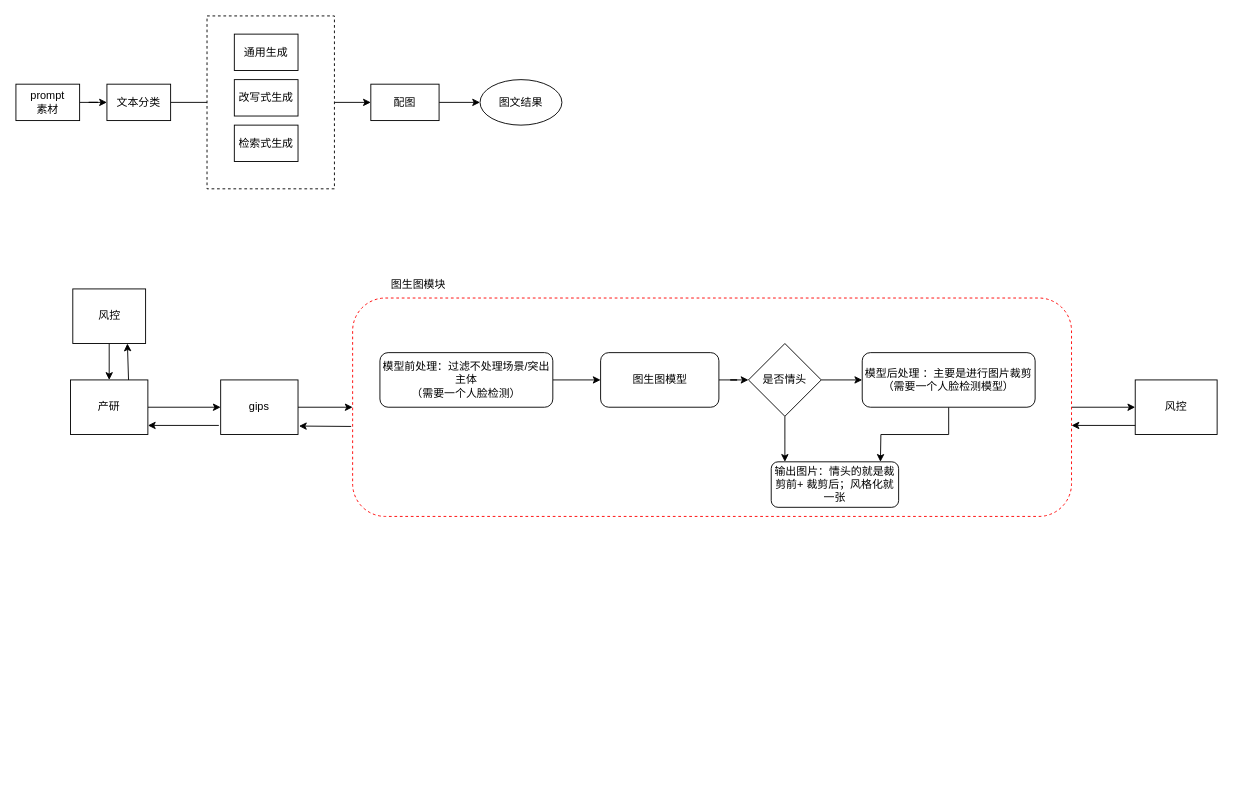
The draw.io diagram 图文生产.drawio in 2018liuyan/one, before the edit. Source tidied: cells renumbered, new cells numbered last; positions are measured from the earlier drawing's top-left corner, leaving out a move shared by most shapes. Both pictures are drawn from the tidied source at 91%, with x=0, y=0 at pixel (15, 15).
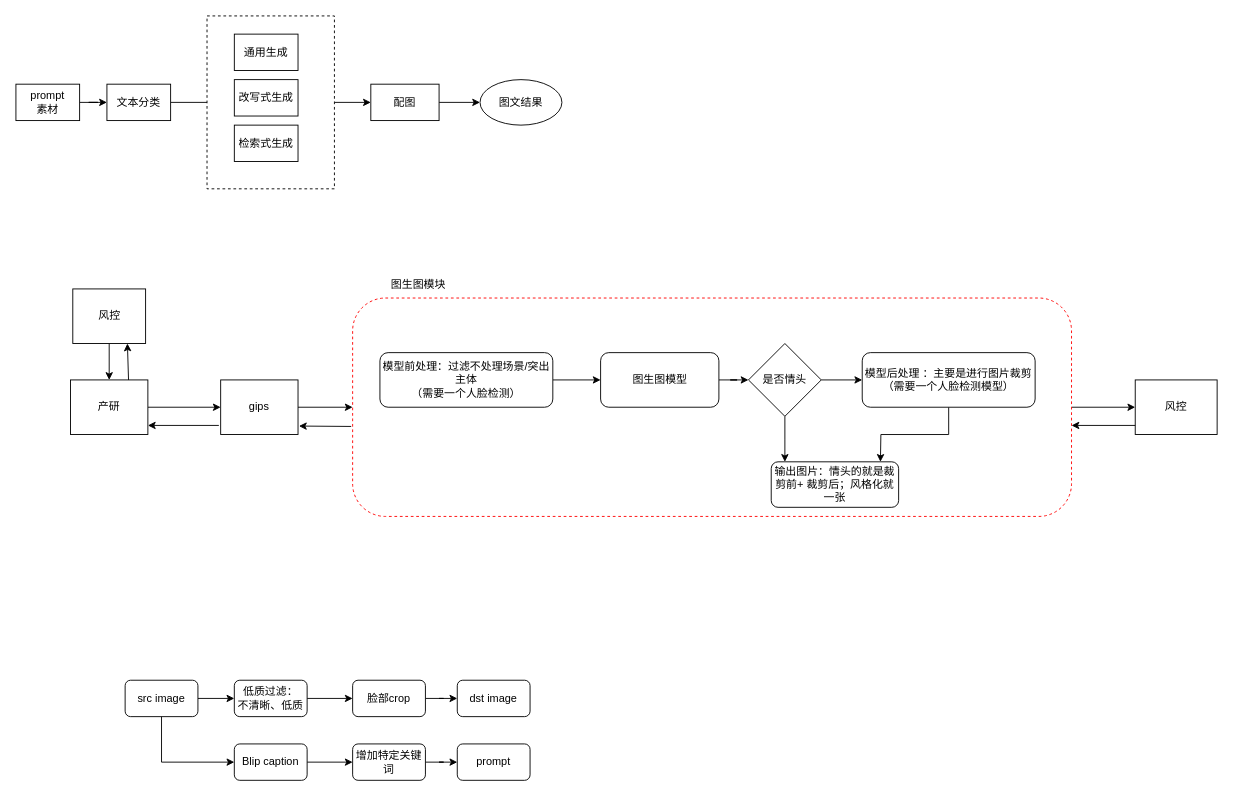
Above is the later version.

Commit message:
更新图文生产.drawio

What changed in the source:
```diff
@@
+    <mxCell id="38" style="edgeStyle=orthogonalEdgeStyle;rounded=0;orthogonalLoop=1;jettySize=auto;html=1;" parent="1" edge="1">
+      <mxGeometry relative="1" as="geometry">
+        <mxPoint x="160" y="750" as="sourcePoint" />
+        <mxPoint x="240" y="820" as="targetPoint" />
+        <Array as="points">
+          <mxPoint x="160" y="820" />
+        </Array>
+      </mxGeometry>
+    </mxCell>
+    <mxCell id="39" style="edgeStyle=orthogonalEdgeStyle;rounded=0;jettySize=auto;html=1;" parent="1" edge="1" source="40" target="45">
+      <mxGeometry relative="1" as="geometry" />
+    </mxCell>
+    <mxCell id="40" value="src image" style="rounded=1;whiteSpace=wrap;html=1;" parent="1" vertex="1">
+      <mxGeometry x="120" y="730" width="80" height="40" as="geometry" />
+    </mxCell>
+    <mxCell id="41" style="edgeStyle=orthogonalEdgeStyle;rounded=0;jettySize=auto;html=1;" parent="1" edge="1" source="42" target="50">
+      <mxGeometry relative="1" as="geometry" />
+    </mxCell>
+    <mxCell id="42" value="Blip caption" style="rounded=1;whiteSpace=wrap;html=1;" parent="1" vertex="1">
+      <mxGeometry x="240" y="800" width="80" height="40" as="geometry" />
+    </mxCell>
+    <mxCell id="43" value="prompt" style="rounded=1;whiteSpace=wrap;html=1;" parent="1" vertex="1">
+      <mxGeometry x="485" y="800" width="80" height="40" as="geometry" />
+    </mxCell>
+    <mxCell id="44" style="edgeStyle=orthogonalEdgeStyle;rounded=0;jettySize=auto;html=1;" parent="1" edge="1" source="45" target="47">
+      <mxGeometry relative="1" as="geometry" />
+    </mxCell>
+    <mxCell id="45" value="低质过滤：&lt;br&gt;不清晰、低质" style="rounded=1;whiteSpace=wrap;html=1;" parent="1" vertex="1">
+      <mxGeometry x="240" y="730" width="80" height="40" as="geometry" />
+    </mxCell>
+    <mxCell id="46" style="edgeStyle=orthogonalEdgeStyle;rounded=0;jettySize=auto;html=1;" parent="1" edge="1" source="47" target="48">
+      <mxGeometry relative="1" as="geometry" />
+    </mxCell>
+    <mxCell id="47" value="脸部crop" style="rounded=1;whiteSpace=wrap;html=1;" parent="1" vertex="1">
+      <mxGeometry x="370" y="730" width="80" height="40" as="geometry" />
+    </mxCell>
+    <mxCell id="48" value="dst image" style="rounded=1;whiteSpace=wrap;html=1;" parent="1" vertex="1">
+      <mxGeometry x="485" y="730" width="80" height="40" as="geometry" />
+    </mxCell>
+    <mxCell id="49" style="edgeStyle=orthogonalEdgeStyle;rounded=0;jettySize=auto;html=1;" parent="1" edge="1" source="50" target="43">
+      <mxGeometry relative="1" as="geometry" />
+    </mxCell>
+    <mxCell id="50" value="增加特定关键词" style="rounded=1;whiteSpace=wrap;html=1;" parent="1" vertex="1">
+      <mxGeometry x="370" y="800" width="80" height="40" as="geometry" />
+    </mxCell>
```
